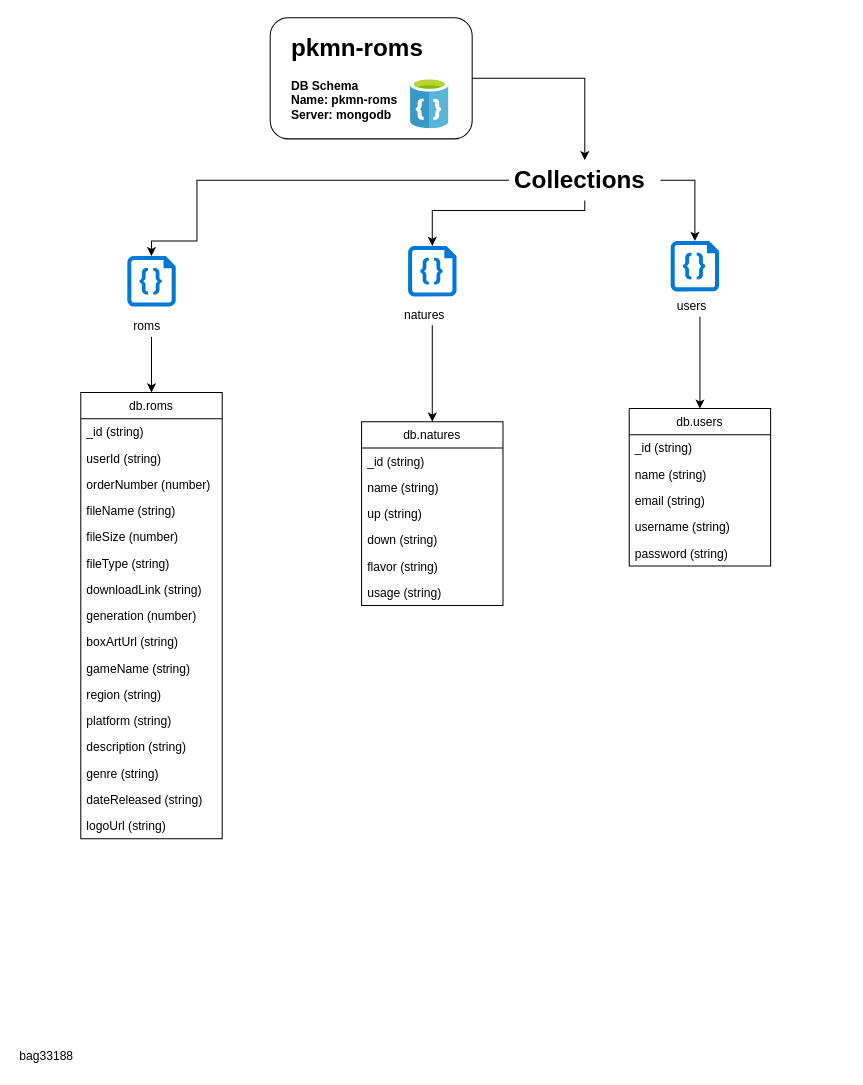
This is database/schema/db-schema.drawio from bag33188/PokeROM, a draw.io file, before an edit. Source tidied: cells renumbered, new cells numbered last; positions are measured from the earlier drawing's top-left corner, leaving out a move shared by most shapes. Both pictures are drawn from the tidied source at 101%, with x=0, y=0 at pixel (17, 17).
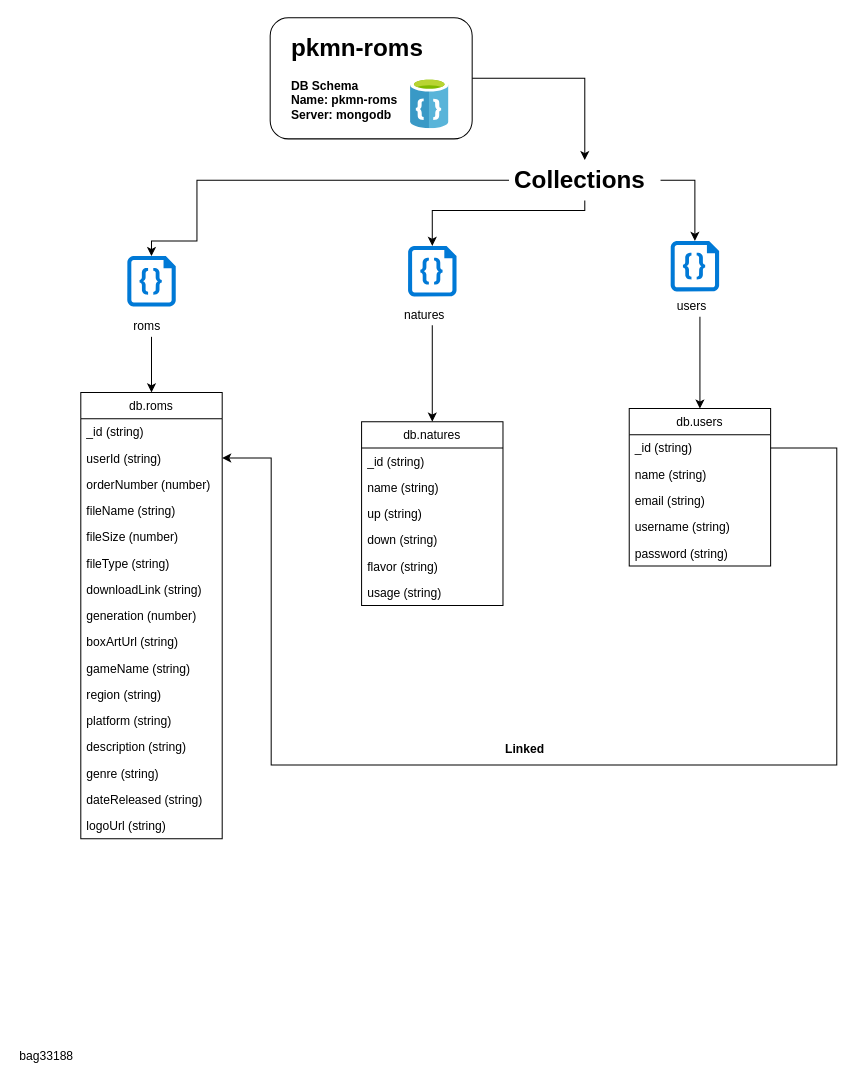
The same page after the edit.

Unchanged cells that the change refers to:
```xml
<mxCell id="17" value="userId (string)" style="text;strokeColor=none;fillColor=none;align=left;verticalAlign=top;spacingLeft=4;spacingRight=4;overflow=hidden;points=[[0,0.5],[1,0.5]];portConstraint=eastwest;" parent="15" vertex="1">
  <mxGeometry y="52" width="140" height="26" as="geometry" />
</mxCell>
<mxCell id="33" value="_id (string)" style="text;strokeColor=none;fillColor=none;align=left;verticalAlign=top;spacingLeft=4;spacingRight=4;overflow=hidden;points=[[0,0.5],[1,0.5]];portConstraint=eastwest;" parent="32" vertex="1">
  <mxGeometry y="26" width="140" height="26" as="geometry" />
</mxCell>
```

The edit, as a diff of the source:
```diff
@@
+    <mxCell id="50" style="edgeStyle=orthogonalEdgeStyle;rounded=0;jettySize=auto;html=1;entryX=1;entryY=0.5;entryDx=0;entryDy=0;" parent="1" edge="1" source="33" target="17">
+      <mxGeometry relative="1" as="geometry">
+        <Array as="points">
+          <mxPoint x="811" y="426" />
+          <mxPoint x="811" y="740" />
+          <mxPoint x="251" y="740" />
+          <mxPoint x="251" y="436" />
+        </Array>
+      </mxGeometry>
+    </mxCell>
+    <mxCell id="51" value="Linked" style="text;html=1;align=left;verticalAlign=top;spacingTop=-4;fontStyle=1;" parent="1" vertex="1">
+      <mxGeometry x="481" y="715" width="50" height="20" as="geometry" />
+    </mxCell>
```
